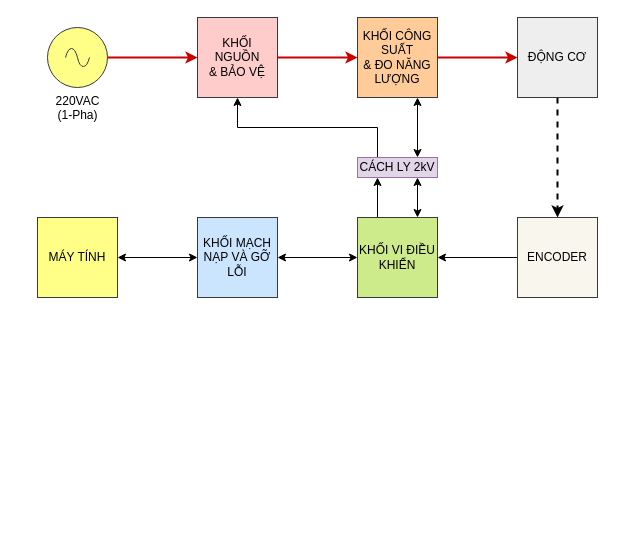
The draw.io diagram page "HW Diagram" (1 of 6) of Docs/ACIM.drawio in sampidevkit/ACIM-Apps, before the edit. Source tidied: cells renumbered, new cells numbered last; positions are measured from the earlier drawing's top-left corner, leaving out a move shared by most shapes. Both pictures are drawn from the tidied source at 100%, with x=0, y=0 at pixel (37, 17). Pictures stored in the file or linked from it are replaced by grey dashed boxes.
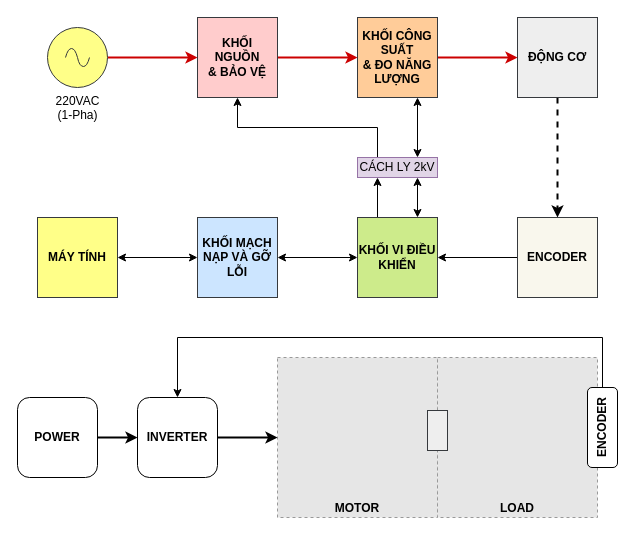
Above is the later version.

The edit, as a diff of the source:
```diff
@@
+    <mxCell id="22" style="group;" parent="1" vertex="1">
+      <mxGeometry x="-20" y="320" width="600" height="180" as="geometry" />
+    </mxCell>
+    <mxCell id="23" value="LOAD" style="fillColor=#E6E6E6;strokeColor=#999999;dashed=1;verticalAlign=bottom;fontStyle=1;" parent="22" vertex="1">
+      <mxGeometry x="420" y="20" width="160" height="160" as="geometry" />
+    </mxCell>
+    <mxCell id="24" value="MOTOR" style="fillColor=#E6E6E6;strokeColor=#999999;dashed=1;verticalAlign=bottom;fontStyle=1;" parent="22" vertex="1">
+      <mxGeometry x="260" y="20" width="160" height="160" as="geometry" />
+    </mxCell>
+    <mxCell id="25" style="edgeStyle=orthogonalEdgeStyle;rounded=0;jettySize=auto;html=1;entryX=0;entryY=0.5;entryDx=0;entryDy=0;strokeWidth=2;" parent="22" edge="1" source="26" target="28">
+      <mxGeometry relative="1" as="geometry" />
+    </mxCell>
+    <mxCell id="26" value="POWER" style="rounded=1;whiteSpace=wrap;html=1;fontStyle=1;" parent="22" vertex="1">
+      <mxGeometry y="60" width="80" height="80" as="geometry" />
+    </mxCell>
+    <mxCell id="27" style="edgeStyle=orthogonalEdgeStyle;rounded=0;jettySize=auto;html=1;entryX=0;entryY=0.5;entryDx=0;entryDy=0;strokeWidth=2;" parent="22" edge="1" source="28" target="24">
+      <mxGeometry relative="1" as="geometry" />
+    </mxCell>
+    <mxCell id="28" value="INVERTER" style="rounded=1;whiteSpace=wrap;html=1;fontStyle=1;" parent="22" vertex="1">
+      <mxGeometry x="120" y="60" width="80" height="80" as="geometry" />
+    </mxCell>
+    <mxCell id="29" style="edgeStyle=orthogonalEdgeStyle;rounded=0;jettySize=auto;html=1;entryX=0.5;entryY=0;entryDx=0;entryDy=0;" parent="22" edge="1" source="30" target="28">
+      <mxGeometry relative="1" as="geometry">
+        <Array as="points">
+          <mxPoint x="585" />
+          <mxPoint x="160" />
+        </Array>
+      </mxGeometry>
+    </mxCell>
+    <mxCell id="30" value="ENCODER" style="rounded=1;whiteSpace=wrap;html=1;fontStyle=1;flipH=1;direction=south;rotation=-90;" parent="22" vertex="1">
+      <mxGeometry x="545" y="75" width="80" height="30" as="geometry" />
+    </mxCell>
+    <mxCell id="31" style="rounded=0;whiteSpace=wrap;html=1;fillColor=#eeeeee;strokeColor=#36393d;" parent="22" vertex="1">
+      <mxGeometry x="410" y="73" width="20" height="40" as="geometry" />
+    </mxCell>
+    <mxCell id="32" style="group;" parent="1" vertex="1">
+      <mxGeometry width="560" height="280" as="geometry" />
+    </mxCell>
-    <mxCell id="2" style="edgeStyle=orthogonalEdgeStyle;rounded=0;jettySize=auto;html=1;entryX=0;entryY=0.5;entryDx=0;entryDy=0;strokeWidth=2;strokeColor=#CC0000;" parent="1" edge="1" source="3" target="5">
+    <mxCell id="2" style="edgeStyle=orthogonalEdgeStyle;rounded=0;jettySize=auto;html=1;entryX=0;entryY=0.5;entryDx=0;entryDy=0;strokeWidth=2;strokeColor=#CC0000;" parent="32" edge="1" source="3" target="5">
       <mxGeometry relative="1" as="geometry" />
     </mxCell>
-    <mxCell id="3" value="220VAC&lt;div&gt;(1-Pha)&lt;/div&gt;" style="verticalLabelPosition=bottom;shadow=0;dashed=0;align=center;html=1;verticalAlign=top;shape=mxgraph.electrical.signal_sources.source;points=[[0.5,0,0],[1,0.5,0],[0.5,1,0],[0,0.5,0]];elSignalType=ac;fillColor=#ffff88;strokeColor=#36393d;" parent="1" vertex="1">
+    <mxCell id="3" value="220VAC&lt;div&gt;(1-Pha)&lt;/div&gt;" style="verticalLabelPosition=bottom;shadow=0;dashed=0;align=center;html=1;verticalAlign=top;shape=mxgraph.electrical.signal_sources.source;points=[[0.5,0,0],[1,0.5,0],[0.5,1,0],[0,0.5,0]];elSignalType=ac;fillColor=#ffff88;strokeColor=#36393d;" parent="32" vertex="1">
       <mxGeometry x="10" y="10" width="60" height="60" as="geometry" />
     </mxCell>
-    <mxCell id="4" style="edgeStyle=orthogonalEdgeStyle;rounded=0;jettySize=auto;html=1;exitX=1;exitY=0.5;exitDx=0;exitDy=0;entryX=0;entryY=0.5;entryDx=0;entryDy=0;strokeWidth=2;strokeColor=#CC0000;" parent="1" edge="1" source="5" target="7">
+    <mxCell id="4" style="edgeStyle=orthogonalEdgeStyle;rounded=0;jettySize=auto;html=1;exitX=1;exitY=0.5;exitDx=0;exitDy=0;entryX=0;entryY=0.5;entryDx=0;entryDy=0;strokeWidth=2;strokeColor=#CC0000;" parent="32" edge="1" source="5" target="7">
       <mxGeometry relative="1" as="geometry" />
     </mxCell>
-    <mxCell id="5" value="&lt;div&gt;KHỐI&lt;/div&gt;NGUỒN&lt;div&gt;&amp;amp; BẢO VỆ&lt;/div&gt;" style="rounded=0;whiteSpace=wrap;html=1;fillColor=#ffcccc;strokeColor=#36393d;" parent="1" vertex="1">
+    <mxCell id="5" value="&lt;div&gt;KHỐI&lt;/div&gt;NGUỒN&lt;div&gt;&amp;amp; BẢO VỆ&lt;/div&gt;" style="rounded=0;whiteSpace=wrap;html=1;fillColor=#ffcccc;strokeColor=#36393d;fontStyle=1;" parent="32" vertex="1">
       <mxGeometry x="160" width="80" height="80" as="geometry" />
     </mxCell>
-    <mxCell id="6" style="edgeStyle=orthogonalEdgeStyle;rounded=0;jettySize=auto;html=1;entryX=0;entryY=0.5;entryDx=0;entryDy=0;strokeWidth=2;strokeColor=#CC0000;" parent="1" edge="1" source="7" target="16">
+    <mxCell id="6" style="edgeStyle=orthogonalEdgeStyle;rounded=0;jettySize=auto;html=1;entryX=0;entryY=0.5;entryDx=0;entryDy=0;strokeWidth=2;strokeColor=#CC0000;" parent="32" edge="1" source="7" target="16">
       <mxGeometry relative="1" as="geometry" />
     </mxCell>
-    <mxCell id="7" value="KHỐI CÔNG SUẤT&lt;div&gt;&amp;amp; ĐO NĂNG LƯỢNG&lt;/div&gt;" style="rounded=0;whiteSpace=wrap;html=1;fillColor=#ffcc99;strokeColor=#36393d;" parent="1" vertex="1">
+    <mxCell id="7" value="KHỐI CÔNG SUẤT&lt;div&gt;&amp;amp; ĐO NĂNG LƯỢNG&lt;/div&gt;" style="rounded=0;whiteSpace=wrap;html=1;fillColor=#ffcc99;strokeColor=#36393d;fontStyle=1;" parent="32" vertex="1">
       <mxGeometry x="320" width="80" height="80" as="geometry" />
     </mxCell>
-    <mxCell id="8" style="edgeStyle=orthogonalEdgeStyle;rounded=0;jettySize=auto;html=1;exitX=0.25;exitY=0;exitDx=0;exitDy=0;entryX=0.25;entryY=1;entryDx=0;entryDy=0;" parent="1" edge="1" source="10" target="21">
+    <mxCell id="8" style="edgeStyle=orthogonalEdgeStyle;rounded=0;jettySize=auto;html=1;exitX=0.25;exitY=0;exitDx=0;exitDy=0;entryX=0.25;entryY=1;entryDx=0;entryDy=0;" parent="32" edge="1" source="10" target="21">
       <mxGeometry relative="1" as="geometry" />
     </mxCell>
-    <mxCell id="9" style="edgeStyle=orthogonalEdgeStyle;rounded=0;jettySize=auto;html=1;exitX=0.75;exitY=0;exitDx=0;exitDy=0;entryX=0.75;entryY=1;entryDx=0;entryDy=0;startArrow=classic;startFill=1;" parent="1" edge="1" source="10" target="21">
+    <mxCell id="9" style="edgeStyle=orthogonalEdgeStyle;rounded=0;jettySize=auto;html=1;exitX=0.75;exitY=0;exitDx=0;exitDy=0;entryX=0.75;entryY=1;entryDx=0;entryDy=0;startArrow=classic;startFill=1;" parent="32" edge="1" source="10" target="21">
       <mxGeometry relative="1" as="geometry" />
     </mxCell>
-    <mxCell id="10" value="KHỐI VI ĐIỀU KHIỂN" style="rounded=0;whiteSpace=wrap;html=1;fillColor=#cdeb8b;strokeColor=#36393d;" parent="1" vertex="1">
+    <mxCell id="10" value="KHỐI VI ĐIỀU KHIỂN" style="rounded=0;whiteSpace=wrap;html=1;fillColor=#cdeb8b;strokeColor=#36393d;fontStyle=1;" parent="32" vertex="1">
       <mxGeometry x="320" y="200" width="80" height="80" as="geometry" />
     </mxCell>
-    <mxCell id="11" style="edgeStyle=orthogonalEdgeStyle;rounded=0;jettySize=auto;html=1;entryX=0;entryY=0.5;entryDx=0;entryDy=0;startArrow=classic;startFill=1;" parent="1" edge="1" source="12" target="10">
+    <mxCell id="11" style="edgeStyle=orthogonalEdgeStyle;rounded=0;jettySize=auto;html=1;entryX=0;entryY=0.5;entryDx=0;entryDy=0;startArrow=classic;startFill=1;" parent="32" edge="1" source="12" target="10">
       <mxGeometry relative="1" as="geometry" />
     </mxCell>
-    <mxCell id="12" value="KHỐI MẠCH NẠP VÀ GỠ LỖI" style="rounded=0;whiteSpace=wrap;html=1;fillColor=#cce5ff;strokeColor=#36393d;" parent="1" vertex="1">
+    <mxCell id="12" value="KHỐI MẠCH NẠP VÀ GỠ LỖI" style="rounded=0;whiteSpace=wrap;html=1;fillColor=#cce5ff;strokeColor=#36393d;fontStyle=1;" parent="32" vertex="1">
       <mxGeometry x="160" y="200" width="80" height="80" as="geometry" />
     </mxCell>
-    <mxCell id="13" style="edgeStyle=orthogonalEdgeStyle;rounded=0;jettySize=auto;html=1;entryX=0;entryY=0.5;entryDx=0;entryDy=0;startArrow=classic;startFill=1;" parent="1" edge="1" source="14" target="12">
+    <mxCell id="13" style="edgeStyle=orthogonalEdgeStyle;rounded=0;jettySize=auto;html=1;entryX=0;entryY=0.5;entryDx=0;entryDy=0;startArrow=classic;startFill=1;" parent="32" edge="1" source="14" target="12">
       <mxGeometry relative="1" as="geometry" />
     </mxCell>
-    <mxCell id="14" value="MÁY TÍNH" style="rounded=0;whiteSpace=wrap;html=1;fillColor=#ffff88;strokeColor=#36393d;" parent="1" vertex="1">
+    <mxCell id="14" value="MÁY TÍNH" style="rounded=0;whiteSpace=wrap;html=1;fillColor=#ffff88;strokeColor=#36393d;fontStyle=1;" parent="32" vertex="1">
       <mxGeometry y="200" width="80" height="80" as="geometry" />
     </mxCell>
-    <mxCell id="15" style="edgeStyle=orthogonalEdgeStyle;rounded=0;jettySize=auto;html=1;entryX=0.5;entryY=0;entryDx=0;entryDy=0;strokeWidth=2;dashed=1;" parent="1" edge="1" source="16" target="18">
+    <mxCell id="15" style="edgeStyle=orthogonalEdgeStyle;rounded=0;jettySize=auto;html=1;entryX=0.5;entryY=0;entryDx=0;entryDy=0;strokeWidth=2;dashed=1;" parent="32" edge="1" source="16" target="18">
       <mxGeometry relative="1" as="geometry" />
     </mxCell>
-    <mxCell id="16" value="ĐỘNG CƠ" style="rounded=0;whiteSpace=wrap;html=1;fillColor=#eeeeee;strokeColor=#36393d;" parent="1" vertex="1">
+    <mxCell id="16" value="ĐỘNG CƠ" style="rounded=0;whiteSpace=wrap;html=1;fillColor=#eeeeee;strokeColor=#36393d;fontStyle=1;" parent="32" vertex="1">
       <mxGeometry x="480" width="80" height="80" as="geometry" />
     </mxCell>
-    <mxCell id="17" style="edgeStyle=orthogonalEdgeStyle;rounded=0;jettySize=auto;html=1;entryX=1;entryY=0.5;entryDx=0;entryDy=0;" parent="1" edge="1" source="18" target="10">
+    <mxCell id="17" style="edgeStyle=orthogonalEdgeStyle;rounded=0;jettySize=auto;html=1;entryX=1;entryY=0.5;entryDx=0;entryDy=0;" parent="32" edge="1" source="18" target="10">
       <mxGeometry relative="1" as="geometry" />
     </mxCell>
-    <mxCell id="18" value="ENCODER" style="rounded=0;whiteSpace=wrap;html=1;fillColor=#f9f7ed;strokeColor=#36393d;" parent="1" vertex="1">
+    <mxCell id="18" value="ENCODER" style="rounded=0;whiteSpace=wrap;html=1;fillColor=#f9f7ed;strokeColor=#36393d;fontStyle=1;" parent="32" vertex="1">
       <mxGeometry x="480" y="200" width="80" height="80" as="geometry" />
     </mxCell>
-    <mxCell id="19" style="edgeStyle=orthogonalEdgeStyle;rounded=0;jettySize=auto;html=1;exitX=0.25;exitY=0;exitDx=0;exitDy=0;entryX=0.5;entryY=1;entryDx=0;entryDy=0;" parent="1" edge="1" source="21" target="5">
+    <mxCell id="19" style="edgeStyle=orthogonalEdgeStyle;rounded=0;jettySize=auto;html=1;exitX=0.25;exitY=0;exitDx=0;exitDy=0;entryX=0.5;entryY=1;entryDx=0;entryDy=0;" parent="32" edge="1" source="21" target="5">
       <mxGeometry relative="1" as="geometry" />
     </mxCell>
-    <mxCell id="20" style="edgeStyle=orthogonalEdgeStyle;rounded=0;jettySize=auto;html=1;exitX=0.75;exitY=0;exitDx=0;exitDy=0;entryX=0.75;entryY=1;entryDx=0;entryDy=0;startArrow=classic;startFill=1;" parent="1" edge="1" source="21" target="7">
+    <mxCell id="20" style="edgeStyle=orthogonalEdgeStyle;rounded=0;jettySize=auto;html=1;exitX=0.75;exitY=0;exitDx=0;exitDy=0;entryX=0.75;entryY=1;entryDx=0;entryDy=0;startArrow=classic;startFill=1;" parent="32" edge="1" source="21" target="7">
       <mxGeometry relative="1" as="geometry" />
     </mxCell>
-    <mxCell id="21" value="CÁCH LY 2kV" style="rounded=0;whiteSpace=wrap;html=1;fillColor=#e1d5e7;strokeColor=#9673a6;" parent="1" vertex="1">
+    <mxCell id="21" value="CÁCH LY 2kV" style="rounded=0;whiteSpace=wrap;html=1;fillColor=#e1d5e7;strokeColor=#9673a6;" parent="32" vertex="1">
       <mxGeometry x="320" y="140" width="80" height="20" as="geometry" />
     </mxCell>
```
